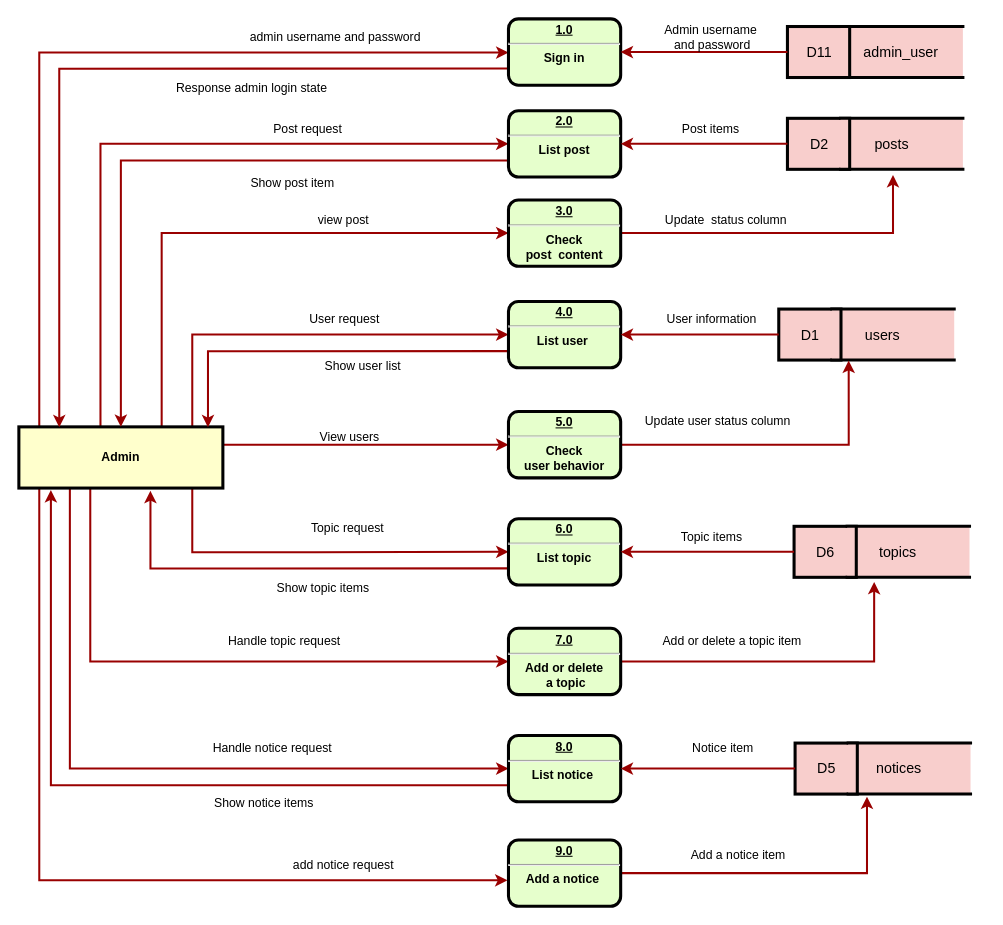
Before: docs/admin.drawio in loveagri/zhihu, a draw.io diagram. Source tidied: cells renumbered, new cells numbered last; positions are measured from the earlier drawing's top-left corner, leaving out a move shared by most shapes. Both pictures are drawn from the tidied source at 102%, with x=0, y=0 at pixel (18, 18).
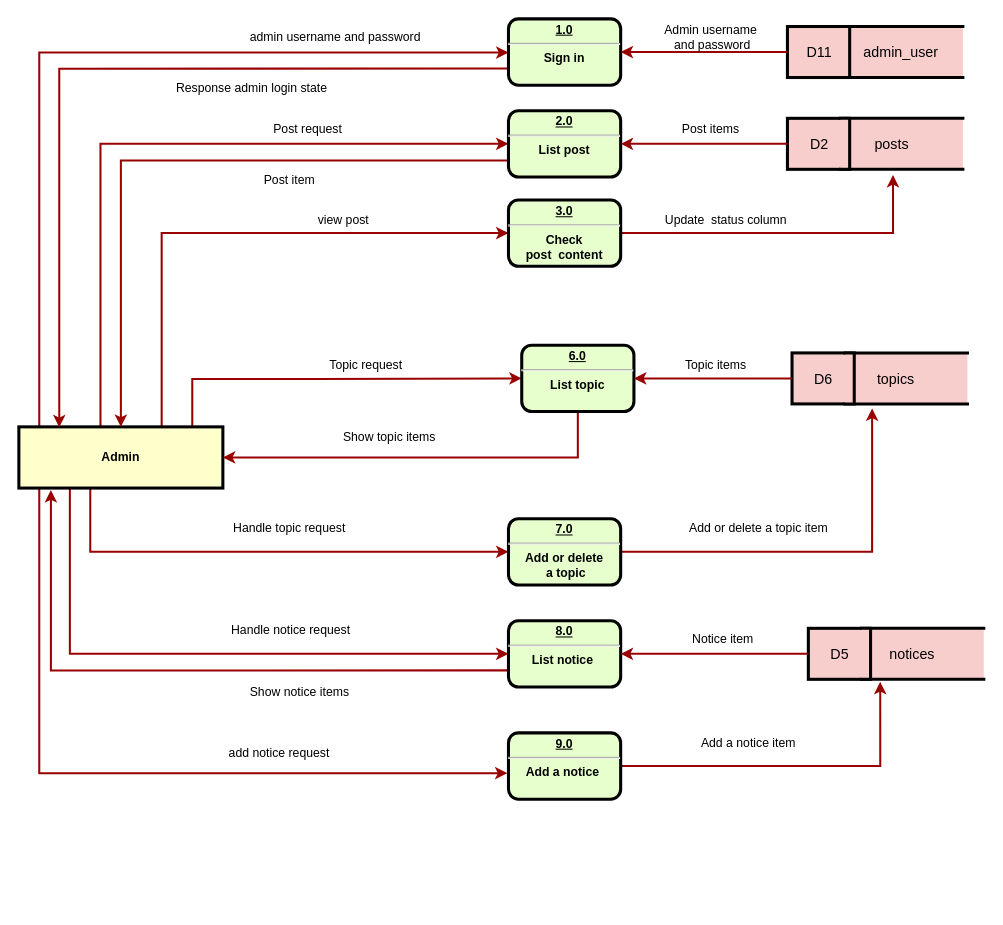
Above is the later version.

The change refers to these unchanged cells:
```xml
<mxCell id="27" value="Admin" style="whiteSpace=wrap;align=center;verticalAlign=middle;fontStyle=1;strokeWidth=3;fillColor=#FFFFCC;" parent="1" vertex="1">
  <mxGeometry y="400" width="200" height="60" as="geometry" />
</mxCell>
```

Diff of the diagram source:
```diff
@@
     <mxCell id="2" style="group;" parent="1" vertex="1">
-      <mxGeometry x="760" y="497.5" width="172" height="50" as="geometry" />
+      <mxGeometry x="758" y="327.5" width="172" height="50" as="geometry" />
     </mxCell>
@@
-    <mxCell id="10" style="group;" parent="1" vertex="1">
-      <mxGeometry x="745" y="284.5" width="172" height="50" as="geometry" />
-    </mxCell>
-    <mxCell id="11" style="group;" parent="10" vertex="1">
-      <mxGeometry width="172" height="50" as="geometry" />
-    </mxCell>
-    <mxCell id="12" style="group;" parent="11" vertex="1">
-      <mxGeometry width="172" height="50" as="geometry" />
-    </mxCell>
-    <mxCell id="13" style="rounded=0;whiteSpace=wrap;html=1;strokeColor=#000000;strokeWidth=3;fillColor=#f8cecc;" parent="12" vertex="1">
-      <mxGeometry width="61" height="50" as="geometry" />
-    </mxCell>
-    <mxCell id="14" style="shape=partialRectangle;whiteSpace=wrap;html=1;left=0;right=0;fillColor=#f8cecc;strokeColor=#000000;strokeWidth=3;" parent="12" vertex="1">
-      <mxGeometry x="52" width="120" height="50" as="geometry" />
-    </mxCell>
-    <mxCell id="15" value="&lt;font style=&quot;font-size: 14px&quot;&gt;D1&lt;/font&gt;" style="text;html=1;strokeColor=none;fillColor=none;align=center;verticalAlign=middle;whiteSpace=wrap;rounded=0;" parent="12" vertex="1">
-      <mxGeometry x="11" y="16.7" width="40" height="16.7" as="geometry" />
-    </mxCell>
-    <mxCell id="16" value="&lt;span style=&quot;font-size: 14px&quot;&gt;users&lt;/span&gt;" style="text;html=1;strokeColor=none;fillColor=none;align=center;verticalAlign=middle;whiteSpace=wrap;rounded=0;" parent="12" vertex="1">
-      <mxGeometry x="82" y="16.7" width="40" height="16.7" as="geometry" />
-    </mxCell>
-    <mxCell id="17" style="line;strokeWidth=3;direction=south;html=1;strokeColor=#000000;" parent="12" vertex="1">
-      <mxGeometry x="56" width="10" height="50" as="geometry" />
-    </mxCell>
@@
     <mxCell id="20" style="edgeStyle=orthogonalEdgeStyle;rounded=0;jettySize=auto;html=1;entryX=0;entryY=0.5;entryDx=0;entryDy=0;strokeColor=#990000;strokeWidth=2;" parent="1" edge="1" source="27" target="44">
       <mxGeometry relative="1" as="geometry">
         <Array as="points">
-          <mxPoint x="170" y="523" />
-          <mxPoint x="290" y="523" />
+          <mxPoint x="170" y="353" />
+          <mxPoint x="290" y="353" />
         </Array>
       </mxGeometry>
     </mxCell>
@@
-    <mxCell id="22" style="edgeStyle=orthogonalEdgeStyle;rounded=0;jettySize=auto;html=1;entryX=0;entryY=0.5;entryDx=0;entryDy=0;strokeColor=#990000;strokeWidth=2;" parent="1" edge="1" source="27" target="74">
-      <mxGeometry relative="1" as="geometry">
-        <Array as="points">
-          <mxPoint x="180" y="418" />
-        </Array>
-      </mxGeometry>
-    </mxCell>
-    <mxCell id="23" style="edgeStyle=orthogonalEdgeStyle;rounded=0;jettySize=auto;html=1;entryX=0;entryY=0.5;entryDx=0;entryDy=0;strokeColor=#990000;strokeWidth=2;" parent="1" edge="1" source="27" target="41">
-      <mxGeometry relative="1" as="geometry">
-        <Array as="points">
-          <mxPoint x="170" y="310" />
-        </Array>
-      </mxGeometry>
-    </mxCell>
     <mxCell id="24" style="edgeStyle=orthogonalEdgeStyle;rounded=0;jettySize=auto;html=1;entryX=0;entryY=0.5;entryDx=0;entryDy=0;strokeColor=#990000;strokeWidth=2;" parent="1" edge="1" source="27" target="80">
       <mxGeometry relative="1" as="geometry">
         <Array as="points">
-          <mxPoint x="70" y="630" />
+          <mxPoint x="70" y="523" />
         </Array>
       </mxGeometry>
     </mxCell>
     <mxCell id="25" style="edgeStyle=orthogonalEdgeStyle;rounded=0;jettySize=auto;html=1;entryX=0;entryY=0.5;entryDx=0;entryDy=0;strokeColor=#990000;strokeWidth=2;" parent="1" edge="1" source="27" target="54">
       <mxGeometry relative="1" as="geometry">
         <Array as="points">
-          <mxPoint x="50" y="735" />
+          <mxPoint x="50" y="623" />
         </Array>
       </mxGeometry>
     </mxCell>
     <mxCell id="26" style="edgeStyle=orthogonalEdgeStyle;rounded=0;jettySize=auto;html=1;entryX=-0.009;entryY=0.608;entryDx=0;entryDy=0;entryPerimeter=0;strokeColor=#990000;strokeWidth=2;" parent="1" edge="1" source="27" target="84">
       <mxGeometry relative="1" as="geometry">
         <Array as="points">
-          <mxPoint x="20" y="845" />
+          <mxPoint x="20" y="740" />
         </Array>
       </mxGeometry>
     </mxCell>
@@
-    <mxCell id="40" style="edgeStyle=orthogonalEdgeStyle;rounded=0;jettySize=auto;html=1;exitX=0;exitY=0.75;exitDx=0;exitDy=0;entryX=0.927;entryY=0.006;entryDx=0;entryDy=0;entryPerimeter=0;strokeColor=#990000;strokeWidth=2;" parent="1" edge="1" source="41" target="27">
-      <mxGeometry relative="1" as="geometry" />
-    </mxCell>
-    <mxCell id="41" value="&lt;p style=&quot;margin: 0px ; margin-top: 4px ; text-align: center ; text-decoration: underline&quot;&gt;4.0&lt;/p&gt;&lt;hr&gt;&lt;strong&gt;List user&amp;nbsp;&lt;br&gt;&lt;/strong&gt;" style="verticalAlign=middle;align=center;overflow=fill;fontSize=12;fontFamily=Helvetica;html=1;rounded=1;fontStyle=1;strokeWidth=3;fillColor=#E6FFCC;" parent="1" vertex="1">
-      <mxGeometry x="480" y="277" width="110" height="65" as="geometry" />
-    </mxCell>
-    <mxCell id="42" value="User information" style="text;html=1;align=center;verticalAlign=middle;" parent="1" vertex="1">
-      <mxGeometry x="629" y="284.5" width="100" height="20" as="geometry" />
-    </mxCell>
-    <mxCell id="43" style="edgeStyle=orthogonalEdgeStyle;rounded=0;jettySize=auto;html=1;exitX=0;exitY=0.75;exitDx=0;exitDy=0;entryX=0.645;entryY=1.045;entryDx=0;entryDy=0;entryPerimeter=0;strokeColor=#990000;strokeWidth=2;" parent="1" edge="1" source="44" target="27">
-      <mxGeometry relative="1" as="geometry" />
+    <mxCell id="43" style="edgeStyle=orthogonalEdgeStyle;rounded=0;jettySize=auto;html=1;exitX=0.5;exitY=1;exitDx=0;exitDy=0;entryX=1;entryY=0.5;entryDx=0;entryDy=0;strokeColor=#990000;strokeWidth=2;" parent="1" edge="1" source="44" target="27">
+      <mxGeometry relative="1" as="geometry">
+        <Array as="points">
+          <mxPoint x="548" y="430" />
+        </Array>
+      </mxGeometry>
     </mxCell>
     <mxCell id="44" value="&lt;p style=&quot;margin: 0px ; margin-top: 4px ; text-align: center ; text-decoration: underline&quot;&gt;6.0&lt;/p&gt;&lt;hr&gt;&lt;strong&gt;List topic&lt;br&gt;&lt;/strong&gt;" style="verticalAlign=middle;align=center;overflow=fill;fontSize=12;fontFamily=Helvetica;html=1;rounded=1;fontStyle=1;strokeWidth=3;fillColor=#E6FFCC;" parent="1" vertex="1">
-      <mxGeometry x="480" y="490" width="110" height="65" as="geometry" />
+      <mxGeometry x="493" y="320" width="110" height="65" as="geometry" />
     </mxCell>
     <mxCell id="45" style="group;" parent="1" vertex="1">
-      <mxGeometry x="761" y="710" width="172" height="50" as="geometry" />
+      <mxGeometry x="774" y="597.5" width="172" height="50" as="geometry" />
     </mxCell>
@@
     <mxCell id="53" style="edgeStyle=orthogonalEdgeStyle;rounded=0;jettySize=auto;html=1;exitX=0;exitY=0.75;exitDx=0;exitDy=0;entryX=0.157;entryY=1.033;entryDx=0;entryDy=0;entryPerimeter=0;strokeWidth=2;strokeColor=#990000;" parent="1" edge="1" source="54" target="27">
-      <mxGeometry relative="1" as="geometry" />
+      <mxGeometry relative="1" as="geometry">
+        <Array as="points">
+          <mxPoint x="31" y="639" />
+        </Array>
+      </mxGeometry>
     </mxCell>
     <mxCell id="54" value="&lt;p style=&quot;margin: 0px ; margin-top: 4px ; text-align: center ; text-decoration: underline&quot;&gt;8.0&lt;/p&gt;&lt;hr&gt;&lt;strong&gt;List notice&amp;nbsp;&lt;br&gt;&lt;/strong&gt;" style="verticalAlign=middle;align=center;overflow=fill;fontSize=12;fontFamily=Helvetica;html=1;rounded=1;fontStyle=1;strokeWidth=3;fillColor=#E6FFCC;" parent="1" vertex="1">
-      <mxGeometry x="480" y="702.5" width="110" height="65" as="geometry" />
+      <mxGeometry x="480" y="590" width="110" height="65" as="geometry" />
     </mxCell>
     <mxCell id="55" value="Add or delete a topic item" style="text;html=1;align=center;verticalAlign=middle;" parent="1" vertex="1">
-      <mxGeometry x="624" y="600" width="150" height="20" as="geometry" />
+      <mxGeometry x="650" y="490" width="150" height="20" as="geometry" />
     </mxCell>
@@
-    <mxCell id="73" style="edgeStyle=orthogonalEdgeStyle;rounded=0;jettySize=auto;html=1;entryX=0.138;entryY=1.01;entryDx=0;entryDy=0;entryPerimeter=0;strokeColor=#990000;strokeWidth=2;" parent="1" edge="1" source="74" target="14">
-      <mxGeometry relative="1" as="geometry" />
-    </mxCell>
-    <mxCell id="74" value="&lt;p style=&quot;margin: 0px ; margin-top: 4px ; text-align: center ; text-decoration: underline&quot;&gt;&lt;strong&gt;5.0&lt;/strong&gt;&lt;/p&gt;&lt;hr&gt;&lt;strong&gt;Check &lt;br&gt;user behavior&lt;br&gt;&lt;/strong&gt;" style="verticalAlign=middle;align=center;overflow=fill;fontSize=12;fontFamily=Helvetica;html=1;rounded=1;fontStyle=1;strokeWidth=3;fillColor=#E6FFCC;" parent="1" vertex="1">
-      <mxGeometry x="480" y="385" width="110" height="65" as="geometry" />
-    </mxCell>
-    <mxCell id="75" value="Update user status column" style="text;html=1;align=center;verticalAlign=middle;" parent="1" vertex="1">
-      <mxGeometry x="605" y="385" width="160" height="20" as="geometry" />
-    </mxCell>
-    <mxCell id="76" value="View users" style="text;html=1;align=center;verticalAlign=middle;" parent="1" vertex="1">
-      <mxGeometry x="289" y="400" width="70" height="20" as="geometry" />
-    </mxCell>
-    <mxCell id="77" value="User request" style="text;html=1;align=center;verticalAlign=middle;" parent="1" vertex="1">
-      <mxGeometry x="279" y="284.5" width="80" height="20" as="geometry" />
-    </mxCell>
@@
     <mxCell id="80" value="&lt;p style=&quot;margin: 0px ; margin-top: 4px ; text-align: center ; text-decoration: underline&quot;&gt;7.0&lt;/p&gt;&lt;hr&gt;&lt;strong&gt;Add or delete&lt;br&gt;&amp;nbsp;a topic&lt;br&gt;&lt;/strong&gt;" style="verticalAlign=middle;align=center;overflow=fill;fontSize=12;fontFamily=Helvetica;html=1;rounded=1;fontStyle=1;strokeWidth=3;fillColor=#E6FFCC;" parent="1" vertex="1">
-      <mxGeometry x="480" y="597.5" width="110" height="65" as="geometry" />
+      <mxGeometry x="480" y="490" width="110" height="65" as="geometry" />
     </mxCell>
@@
     <mxCell id="82" value="Notice item" style="text;html=1;align=center;verticalAlign=middle;" parent="1" vertex="1">
-      <mxGeometry x="650" y="705" width="80" height="20" as="geometry" />
+      <mxGeometry x="650" y="597.5" width="80" height="20" as="geometry" />
     </mxCell>
@@
     <mxCell id="84" value="&lt;p style=&quot;margin: 0px ; margin-top: 4px ; text-align: center ; text-decoration: underline&quot;&gt;9.0&lt;/p&gt;&lt;hr&gt;&lt;strong&gt;Add a notice&amp;nbsp;&lt;br&gt;&lt;/strong&gt;" style="verticalAlign=middle;align=center;overflow=fill;fontSize=12;fontFamily=Helvetica;html=1;rounded=1;fontStyle=1;strokeWidth=3;fillColor=#E6FFCC;" parent="1" vertex="1">
-      <mxGeometry x="480" y="805" width="110" height="65" as="geometry" />
+      <mxGeometry x="480" y="700" width="110" height="65" as="geometry" />
     </mxCell>
@@
     <mxCell id="86" value="Add a notice item" style="text;html=1;align=center;verticalAlign=middle;" parent="1" vertex="1">
-      <mxGeometry x="650" y="810" width="110" height="20" as="geometry" />
+      <mxGeometry x="660" y="700" width="110" height="20" as="geometry" />
     </mxCell>
-    <mxCell id="87" style="edgeStyle=orthogonalEdgeStyle;rounded=0;jettySize=auto;html=1;entryX=1;entryY=0.5;entryDx=0;entryDy=0;strokeColor=#990000;strokeWidth=2;" parent="1" edge="1" source="13" target="41">
-      <mxGeometry relative="1" as="geometry" />
-    </mxCell>
     <mxCell id="88" value="Topic request" style="text;html=1;align=center;verticalAlign=middle;" parent="1" vertex="1">
-      <mxGeometry x="277" y="490" width="90" height="20" as="geometry" />
+      <mxGeometry x="295" y="330" width="90" height="20" as="geometry" />
     </mxCell>
     <mxCell id="89" value="Handle topic request" style="text;html=1;align=center;verticalAlign=middle;" parent="1" vertex="1">
-      <mxGeometry x="195" y="600" width="130" height="20" as="geometry" />
+      <mxGeometry x="200" y="490" width="130" height="20" as="geometry" />
     </mxCell>
     <mxCell id="90" value="Handle notice request&amp;nbsp;" style="text;html=1;align=center;verticalAlign=middle;" parent="1" vertex="1">
-      <mxGeometry x="180" y="705" width="140" height="20" as="geometry" />
+      <mxGeometry x="198" y="590" width="140" height="20" as="geometry" />
     </mxCell>
     <mxCell id="91" value="add notice request" style="text;html=1;align=center;verticalAlign=middle;" parent="1" vertex="1">
-      <mxGeometry x="263" y="820" width="110" height="20" as="geometry" />
+      <mxGeometry x="200" y="710" width="110" height="20" as="geometry" />
     </mxCell>
     <mxCell id="92" value="Topic items" style="text;html=1;align=center;verticalAlign=middle;" parent="1" vertex="1">
-      <mxGeometry x="639" y="497.5" width="80" height="20" as="geometry" />
+      <mxGeometry x="643" y="330" width="80" height="20" as="geometry" />
     </mxCell>
     <mxCell id="93" value="Show notice items" style="text;html=1;align=center;verticalAlign=middle;" parent="1" vertex="1">
-      <mxGeometry x="185" y="759" width="110" height="20" as="geometry" />
+      <mxGeometry x="220" y="650" width="110" height="20" as="geometry" />
     </mxCell>
     <mxCell id="94" value="Show topic items" style="text;html=1;align=center;verticalAlign=middle;" parent="1" vertex="1">
-      <mxGeometry x="243" y="547.5" width="110" height="20" as="geometry" />
+      <mxGeometry x="308" y="400" width="110" height="20" as="geometry" />
     </mxCell>
@@
-    <mxCell id="96" value="Show post item" style="text;html=1;align=center;verticalAlign=middle;" parent="1" vertex="1">
-      <mxGeometry x="218" y="151" width="100" height="20" as="geometry" />
+    <mxCell id="96" value="Post item" style="text;html=1;align=center;verticalAlign=middle;" parent="1" vertex="1">
+      <mxGeometry x="230" y="147.5" width="70" height="20" as="geometry" />
     </mxCell>
-    <mxCell id="97" value="Show user list" style="text;html=1;align=center;verticalAlign=middle;" parent="1" vertex="1">
-      <mxGeometry x="292" y="331" width="90" height="20" as="geometry" />
-    </mxCell>
```
